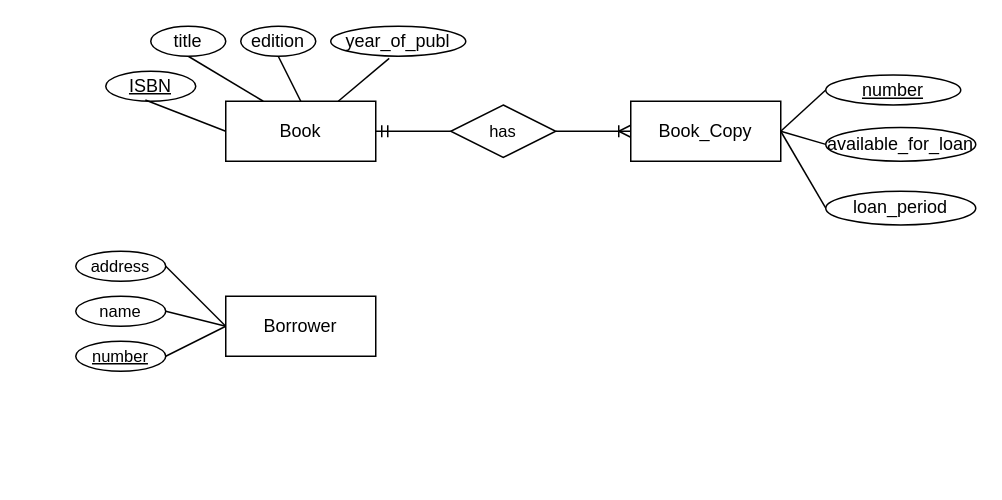
tuanrmit/ISYS3414 keeps this draw.io diagram as page "correct" (1 of 2) of ERD/DSAP-12.14.drawio. Above is the earlier version. Source tidied: cells renumbered, new cells numbered last; positions are measured from the earlier drawing's top-left corner, leaving out a move shared by most shapes. Both pictures are drawn from the tidied source at 150%, with x=0, y=0 at pixel (75, 26).
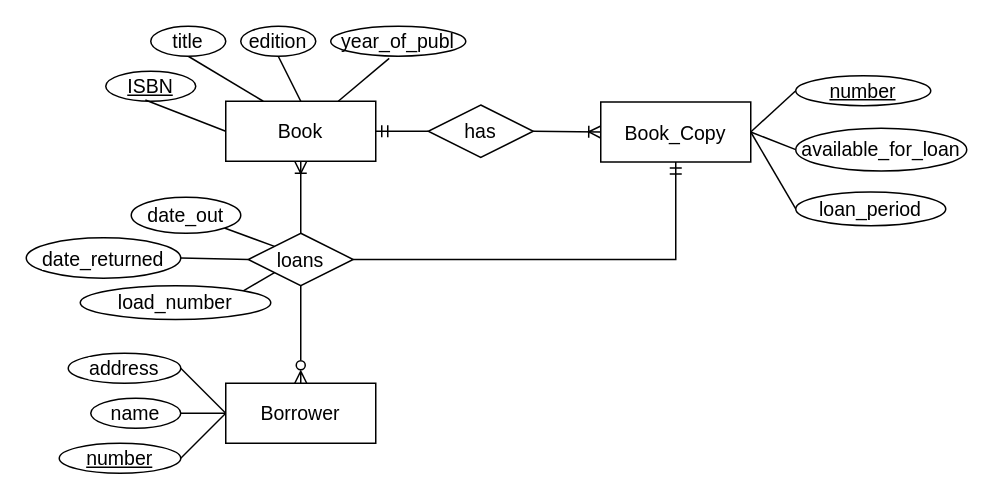
After the change.

Change to the diagram source:
```diff
@@
-    <mxCell id="2" style="rounded=0;jettySize=auto;html=1;exitX=0.25;exitY=0;exitDx=0;exitDy=0;entryX=0.5;entryY=1;entryDx=0;entryDy=0;endArrow=none;endFill=0;" parent="1" edge="1" source="4" target="15">
+    <mxCell id="2" style="rounded=0;jettySize=auto;html=1;exitX=0.25;exitY=0;exitDx=0;exitDy=0;entryX=0.5;entryY=1;entryDx=0;entryDy=0;endArrow=none;endFill=0;fontSize=13;" parent="1" edge="1" source="4" target="15">
       <mxGeometry relative="1" as="geometry" />
     </mxCell>
-    <mxCell id="3" style="edgeStyle=none;shape=connector;rounded=0;jettySize=auto;html=1;exitX=0.5;exitY=0;exitDx=0;exitDy=0;entryX=0.5;entryY=1;entryDx=0;entryDy=0;strokeColor=default;align=center;verticalAlign=middle;fontFamily=Helvetica;fontSize=11;fontColor=default;labelBackgroundColor=default;endArrow=none;endFill=0;" parent="1" edge="1" source="4" target="16">
+    <mxCell id="3" style="edgeStyle=none;shape=connector;rounded=0;jettySize=auto;html=1;exitX=0.5;exitY=0;exitDx=0;exitDy=0;entryX=0.5;entryY=1;entryDx=0;entryDy=0;strokeColor=default;align=center;verticalAlign=middle;fontFamily=Helvetica;fontSize=13;fontColor=default;labelBackgroundColor=default;endArrow=none;endFill=0;" parent="1" edge="1" source="4" target="16">
       <mxGeometry relative="1" as="geometry" />
     </mxCell>
-    <mxCell id="4" value="Book" style="whiteSpace=wrap;html=1;align=center;" parent="1" vertex="1">
+    <mxCell id="4" value="Book" style="whiteSpace=wrap;html=1;align=center;fontSize=13;" parent="1" vertex="1">
       <mxGeometry x="100" y="50" width="100" height="40" as="geometry" />
     </mxCell>
-    <mxCell id="5" style="edgeStyle=none;shape=connector;rounded=0;jettySize=auto;html=1;exitX=1;exitY=0.5;exitDx=0;exitDy=0;entryX=0;entryY=0.5;entryDx=0;entryDy=0;strokeColor=default;align=center;verticalAlign=middle;fontFamily=Helvetica;fontSize=11;fontColor=default;labelBackgroundColor=default;endArrow=none;endFill=0;" parent="1" edge="1" source="8" target="25">
+    <mxCell id="5" style="edgeStyle=none;shape=connector;rounded=0;jettySize=auto;html=1;exitX=1;exitY=0.5;exitDx=0;exitDy=0;entryX=0;entryY=0.5;entryDx=0;entryDy=0;strokeColor=default;align=center;verticalAlign=middle;fontFamily=Helvetica;fontSize=13;fontColor=default;labelBackgroundColor=default;endArrow=none;endFill=0;" parent="1" edge="1" source="8" target="25">
       <mxGeometry relative="1" as="geometry" />
     </mxCell>
-    <mxCell id="6" style="edgeStyle=none;shape=connector;rounded=0;jettySize=auto;html=1;exitX=1;exitY=0.5;exitDx=0;exitDy=0;entryX=0;entryY=0.5;entryDx=0;entryDy=0;strokeColor=default;align=center;verticalAlign=middle;fontFamily=Helvetica;fontSize=11;fontColor=default;labelBackgroundColor=default;endArrow=none;endFill=0;" parent="1" edge="1" source="8" target="26">
+    <mxCell id="6" style="edgeStyle=none;shape=connector;rounded=0;jettySize=auto;html=1;exitX=1;exitY=0.5;exitDx=0;exitDy=0;entryX=0;entryY=0.5;entryDx=0;entryDy=0;strokeColor=default;align=center;verticalAlign=middle;fontFamily=Helvetica;fontSize=13;fontColor=default;labelBackgroundColor=default;endArrow=none;endFill=0;" parent="1" edge="1" source="8" target="26">
       <mxGeometry relative="1" as="geometry" />
     </mxCell>
-    <mxCell id="7" style="edgeStyle=none;shape=connector;rounded=0;jettySize=auto;html=1;exitX=1;exitY=0.5;exitDx=0;exitDy=0;entryX=0;entryY=0.5;entryDx=0;entryDy=0;strokeColor=default;align=center;verticalAlign=middle;fontFamily=Helvetica;fontSize=11;fontColor=default;labelBackgroundColor=default;endArrow=none;endFill=0;" parent="1" edge="1" source="8" target="27">
+    <mxCell id="7" style="edgeStyle=none;shape=connector;rounded=0;jettySize=auto;html=1;exitX=1;exitY=0.5;exitDx=0;exitDy=0;entryX=0;entryY=0.5;entryDx=0;entryDy=0;strokeColor=default;align=center;verticalAlign=middle;fontFamily=Helvetica;fontSize=13;fontColor=default;labelBackgroundColor=default;endArrow=none;endFill=0;" parent="1" edge="1" source="8" target="27">
       <mxGeometry relative="1" as="geometry" />
     </mxCell>
+    <mxCell id="28" style="edgeStyle=orthogonalEdgeStyle;shape=connector;rounded=0;jettySize=auto;html=1;exitX=0.5;exitY=1;exitDx=0;exitDy=0;entryX=1;entryY=0.5;entryDx=0;entryDy=0;strokeColor=default;align=center;verticalAlign=middle;fontFamily=Helvetica;fontSize=13;fontColor=default;labelBackgroundColor=default;endArrow=none;endFill=0;startArrow=ERmandOne;startFill=0;" parent="1" edge="1" source="8" target="34">
+      <mxGeometry relative="1" as="geometry" />
+    </mxCell>
-    <mxCell id="8" value="Book_Copy" style="whiteSpace=wrap;html=1;align=center;" parent="1" vertex="1">
-      <mxGeometry x="370" y="50" width="100" height="40" as="geometry" />
+    <mxCell id="8" value="Book_Copy" style="whiteSpace=wrap;html=1;align=center;fontSize=13;" parent="1" vertex="1">
+      <mxGeometry x="350" y="50.5" width="100" height="40" as="geometry" />
     </mxCell>
-    <mxCell id="9" style="edgeStyle=none;shape=connector;rounded=0;jettySize=auto;html=1;exitX=0;exitY=0.5;exitDx=0;exitDy=0;entryX=1;entryY=0.5;entryDx=0;entryDy=0;strokeColor=default;align=center;verticalAlign=middle;fontFamily=Helvetica;fontSize=11;fontColor=default;labelBackgroundColor=default;endArrow=none;endFill=0;" parent="1" edge="1" source="12" target="19">
+    <mxCell id="9" style="edgeStyle=none;shape=connector;rounded=0;jettySize=auto;html=1;exitX=0;exitY=0.5;exitDx=0;exitDy=0;entryX=1;entryY=0.5;entryDx=0;entryDy=0;strokeColor=default;align=center;verticalAlign=middle;fontFamily=Helvetica;fontSize=13;fontColor=default;labelBackgroundColor=default;endArrow=none;endFill=0;" parent="1" edge="1" source="12" target="19">
       <mxGeometry relative="1" as="geometry" />
     </mxCell>
-    <mxCell id="10" style="edgeStyle=none;shape=connector;rounded=0;jettySize=auto;html=1;exitX=0;exitY=0.5;exitDx=0;exitDy=0;entryX=1;entryY=0.5;entryDx=0;entryDy=0;strokeColor=default;align=center;verticalAlign=middle;fontFamily=Helvetica;fontSize=11;fontColor=default;labelBackgroundColor=default;endArrow=none;endFill=0;" parent="1" edge="1" source="12" target="20">
+    <mxCell id="10" style="edgeStyle=none;shape=connector;rounded=0;jettySize=auto;html=1;exitX=0;exitY=0.5;exitDx=0;exitDy=0;entryX=1;entryY=0.5;entryDx=0;entryDy=0;strokeColor=default;align=center;verticalAlign=middle;fontFamily=Helvetica;fontSize=13;fontColor=default;labelBackgroundColor=default;endArrow=none;endFill=0;" parent="1" edge="1" source="12" target="20">
       <mxGeometry relative="1" as="geometry" />
     </mxCell>
-    <mxCell id="11" style="edgeStyle=none;shape=connector;rounded=0;jettySize=auto;html=1;exitX=0;exitY=0.5;exitDx=0;exitDy=0;entryX=1;entryY=0.5;entryDx=0;entryDy=0;strokeColor=default;align=center;verticalAlign=middle;fontFamily=Helvetica;fontSize=11;fontColor=default;labelBackgroundColor=default;endArrow=none;endFill=0;" parent="1" edge="1" source="12" target="21">
+    <mxCell id="11" style="edgeStyle=none;shape=connector;rounded=0;jettySize=auto;html=1;exitX=0;exitY=0.5;exitDx=0;exitDy=0;entryX=1;entryY=0.5;entryDx=0;entryDy=0;strokeColor=default;align=center;verticalAlign=middle;fontFamily=Helvetica;fontSize=13;fontColor=default;labelBackgroundColor=default;endArrow=none;endFill=0;" parent="1" edge="1" source="12" target="21">
       <mxGeometry relative="1" as="geometry" />
     </mxCell>
+    <mxCell id="29" style="edgeStyle=none;shape=connector;rounded=0;jettySize=auto;html=1;exitX=0.5;exitY=0;exitDx=0;exitDy=0;strokeColor=default;align=center;verticalAlign=middle;fontFamily=Helvetica;fontSize=13;fontColor=default;labelBackgroundColor=default;endArrow=none;endFill=0;startArrow=ERzeroToMany;startFill=0;" parent="1" edge="1" source="12" target="34">
+      <mxGeometry relative="1" as="geometry" />
+    </mxCell>
-    <mxCell id="12" value="Borrower" style="whiteSpace=wrap;html=1;align=center;" parent="1" vertex="1">
-      <mxGeometry x="100" y="180" width="100" height="40" as="geometry" />
+    <mxCell id="12" value="Borrower" style="whiteSpace=wrap;html=1;align=center;fontSize=13;" parent="1" vertex="1">
+      <mxGeometry x="100" y="238" width="100" height="40" as="geometry" />
     </mxCell>
-    <mxCell id="13" value="ISBN" style="ellipse;whiteSpace=wrap;html=1;align=center;fontStyle=4;" parent="1" vertex="1">
+    <mxCell id="13" value="ISBN" style="ellipse;whiteSpace=wrap;html=1;align=center;fontStyle=4;fontSize=13;" parent="1" vertex="1">
       <mxGeometry x="20" y="30" width="60" height="20" as="geometry" />
     </mxCell>
-    <mxCell id="14" style="rounded=0;jettySize=auto;html=1;exitX=0;exitY=0.5;exitDx=0;exitDy=0;entryX=0.44;entryY=0.96;entryDx=0;entryDy=0;entryPerimeter=0;endArrow=none;endFill=0;" parent="1" edge="1" source="4" target="13">
+    <mxCell id="14" style="rounded=0;jettySize=auto;html=1;exitX=0;exitY=0.5;exitDx=0;exitDy=0;entryX=0.44;entryY=0.96;entryDx=0;entryDy=0;entryPerimeter=0;endArrow=none;endFill=0;fontSize=13;" parent="1" edge="1" source="4" target="13">
       <mxGeometry relative="1" as="geometry" />
     </mxCell>
-    <mxCell id="15" value="title" style="ellipse;whiteSpace=wrap;html=1;align=center;" parent="1" vertex="1">
+    <mxCell id="15" value="title" style="ellipse;whiteSpace=wrap;html=1;align=center;fontSize=13;" parent="1" vertex="1">
       <mxGeometry x="50" width="50" height="20" as="geometry" />
     </mxCell>
-    <mxCell id="16" value="edition" style="ellipse;whiteSpace=wrap;html=1;align=center;" parent="1" vertex="1">
+    <mxCell id="16" value="edition" style="ellipse;whiteSpace=wrap;html=1;align=center;fontSize=13;" parent="1" vertex="1">
       <mxGeometry x="110" width="50" height="20" as="geometry" />
     </mxCell>
-    <mxCell id="17" value="year_of_publ" style="ellipse;whiteSpace=wrap;html=1;align=center;" parent="1" vertex="1">
+    <mxCell id="17" value="year_of_publ" style="ellipse;whiteSpace=wrap;html=1;align=center;fontSize=13;" parent="1" vertex="1">
       <mxGeometry x="170" width="90" height="20" as="geometry" />
     </mxCell>
-    <mxCell id="18" style="edgeStyle=none;shape=connector;rounded=0;jettySize=auto;html=1;exitX=0.75;exitY=0;exitDx=0;exitDy=0;entryX=0.433;entryY=1.07;entryDx=0;entryDy=0;entryPerimeter=0;strokeColor=default;align=center;verticalAlign=middle;fontFamily=Helvetica;fontSize=11;fontColor=default;labelBackgroundColor=default;endArrow=none;endFill=0;" parent="1" edge="1" source="4" target="17">
+    <mxCell id="18" style="edgeStyle=none;shape=connector;rounded=0;jettySize=auto;html=1;exitX=0.75;exitY=0;exitDx=0;exitDy=0;entryX=0.433;entryY=1.07;entryDx=0;entryDy=0;entryPerimeter=0;strokeColor=default;align=center;verticalAlign=middle;fontFamily=Helvetica;fontSize=13;fontColor=default;labelBackgroundColor=default;endArrow=none;endFill=0;" parent="1" edge="1" source="4" target="17">
       <mxGeometry relative="1" as="geometry" />
     </mxCell>
-    <mxCell id="19" value="&lt;u&gt;number&lt;/u&gt;" style="ellipse;whiteSpace=wrap;html=1;align=center;fontFamily=Helvetica;fontSize=11;fontColor=default;labelBackgroundColor=default;" parent="1" vertex="1">
-      <mxGeometry y="210" width="60" height="20" as="geometry" />
+    <mxCell id="19" value="&lt;u&gt;number&lt;/u&gt;" style="ellipse;whiteSpace=wrap;html=1;align=center;fontFamily=Helvetica;fontSize=13;fontColor=default;labelBackgroundColor=default;" parent="1" vertex="1">
+      <mxGeometry x="-11" y="278" width="81" height="20" as="geometry" />
     </mxCell>
-    <mxCell id="20" value="name" style="ellipse;whiteSpace=wrap;html=1;align=center;fontFamily=Helvetica;fontSize=11;fontColor=default;labelBackgroundColor=default;" parent="1" vertex="1">
-      <mxGeometry y="180" width="60" height="20" as="geometry" />
+    <mxCell id="20" value="name" style="ellipse;whiteSpace=wrap;html=1;align=center;fontFamily=Helvetica;fontSize=13;fontColor=default;labelBackgroundColor=default;" parent="1" vertex="1">
+      <mxGeometry x="10" y="248" width="60" height="20" as="geometry" />
     </mxCell>
-    <mxCell id="21" value="address" style="ellipse;whiteSpace=wrap;html=1;align=center;fontFamily=Helvetica;fontSize=11;fontColor=default;labelBackgroundColor=default;" parent="1" vertex="1">
-      <mxGeometry y="150" width="60" height="20" as="geometry" />
+    <mxCell id="21" value="address" style="ellipse;whiteSpace=wrap;html=1;align=center;fontFamily=Helvetica;fontSize=13;fontColor=default;labelBackgroundColor=default;" parent="1" vertex="1">
+      <mxGeometry x="-5" y="218" width="75" height="20" as="geometry" />
     </mxCell>
-    <mxCell id="22" style="edgeStyle=none;shape=connector;rounded=0;jettySize=auto;html=1;exitX=1;exitY=0.5;exitDx=0;exitDy=0;entryX=0;entryY=0.5;entryDx=0;entryDy=0;strokeColor=default;align=center;verticalAlign=middle;fontFamily=Helvetica;fontSize=11;fontColor=default;labelBackgroundColor=default;endArrow=ERoneToMany;endFill=0;" parent="1" edge="1" source="24" target="8">
+    <mxCell id="22" style="edgeStyle=none;shape=connector;rounded=0;jettySize=auto;html=1;exitX=1;exitY=0.5;exitDx=0;exitDy=0;entryX=0;entryY=0.5;entryDx=0;entryDy=0;strokeColor=default;align=center;verticalAlign=middle;fontFamily=Helvetica;fontSize=13;fontColor=default;labelBackgroundColor=default;endArrow=ERoneToMany;endFill=0;" parent="1" edge="1" source="24" target="8">
       <mxGeometry relative="1" as="geometry" />
     </mxCell>
-    <mxCell id="23" style="edgeStyle=none;shape=connector;rounded=0;jettySize=auto;html=1;exitX=0;exitY=0.5;exitDx=0;exitDy=0;entryX=1;entryY=0.5;entryDx=0;entryDy=0;strokeColor=default;align=center;verticalAlign=middle;fontFamily=Helvetica;fontSize=11;fontColor=default;labelBackgroundColor=default;endArrow=ERmandOne;endFill=0;" parent="1" edge="1" source="24" target="4">
+    <mxCell id="23" style="edgeStyle=none;shape=connector;rounded=0;jettySize=auto;html=1;exitX=0;exitY=0.5;exitDx=0;exitDy=0;entryX=1;entryY=0.5;entryDx=0;entryDy=0;strokeColor=default;align=center;verticalAlign=middle;fontFamily=Helvetica;fontSize=13;fontColor=default;labelBackgroundColor=default;endArrow=ERmandOne;endFill=0;" parent="1" edge="1" source="24" target="4">
       <mxGeometry relative="1" as="geometry" />
     </mxCell>
-    <mxCell id="24" value="has" style="shape=rhombus;perimeter=rhombusPerimeter;whiteSpace=wrap;html=1;align=center;fontFamily=Helvetica;fontSize=11;fontColor=default;labelBackgroundColor=default;" parent="1" vertex="1">
-      <mxGeometry x="250" y="52.5" width="70" height="35" as="geometry" />
+    <mxCell id="24" value="has" style="shape=rhombus;perimeter=rhombusPerimeter;whiteSpace=wrap;html=1;align=center;fontFamily=Helvetica;fontSize=13;fontColor=default;labelBackgroundColor=default;" parent="1" vertex="1">
+      <mxGeometry x="235" y="52.5" width="70" height="35" as="geometry" />
     </mxCell>
-    <mxCell id="25" value="number" style="ellipse;whiteSpace=wrap;html=1;align=center;fontStyle=4;" parent="1" vertex="1">
-      <mxGeometry x="500" y="32.5" width="90" height="20" as="geometry" />
+    <mxCell id="25" value="number" style="ellipse;whiteSpace=wrap;html=1;align=center;fontStyle=4;fontSize=13;" parent="1" vertex="1">
+      <mxGeometry x="480" y="33" width="90" height="20" as="geometry" />
     </mxCell>
-    <mxCell id="26" value="available_for_loan" style="ellipse;whiteSpace=wrap;html=1;align=center;" parent="1" vertex="1">
-      <mxGeometry x="500" y="67.5" width="100" height="22.5" as="geometry" />
+    <mxCell id="26" value="available_for_loan" style="ellipse;whiteSpace=wrap;html=1;align=center;fontSize=13;" parent="1" vertex="1">
+      <mxGeometry x="480" y="68" width="114" height="28.5" as="geometry" />
     </mxCell>
-    <mxCell id="27" value="loan_period" style="ellipse;whiteSpace=wrap;html=1;align=center;" parent="1" vertex="1">
-      <mxGeometry x="500" y="110" width="100" height="22.5" as="geometry" />
+    <mxCell id="27" value="loan_period" style="ellipse;whiteSpace=wrap;html=1;align=center;fontSize=13;" parent="1" vertex="1">
+      <mxGeometry x="480" y="110.5" width="100" height="22.5" as="geometry" />
     </mxCell>
+    <mxCell id="30" style="edgeStyle=none;shape=connector;rounded=0;jettySize=auto;html=1;exitX=0.5;exitY=0;exitDx=0;exitDy=0;entryX=0.5;entryY=1;entryDx=0;entryDy=0;strokeColor=default;align=center;verticalAlign=middle;fontFamily=Helvetica;fontSize=13;fontColor=default;labelBackgroundColor=default;endArrow=ERoneToMany;endFill=0;" parent="1" edge="1" source="34" target="4">
+      <mxGeometry relative="1" as="geometry">
+        <Array as="points">
+          <mxPoint x="150" y="120" />
+        </Array>
+      </mxGeometry>
+    </mxCell>
+    <mxCell id="31" style="edgeStyle=none;shape=connector;rounded=0;jettySize=auto;html=1;exitX=0;exitY=0;exitDx=0;exitDy=0;entryX=1;entryY=1;entryDx=0;entryDy=0;strokeColor=default;align=center;verticalAlign=middle;fontFamily=Helvetica;fontSize=13;fontColor=default;labelBackgroundColor=default;endArrow=none;endFill=0;" parent="1" edge="1" source="34" target="35">
+      <mxGeometry relative="1" as="geometry" />
+    </mxCell>
+    <mxCell id="32" style="edgeStyle=none;shape=connector;rounded=0;jettySize=auto;html=1;exitX=0;exitY=0.5;exitDx=0;exitDy=0;entryX=1;entryY=0.5;entryDx=0;entryDy=0;strokeColor=default;align=center;verticalAlign=middle;fontFamily=Helvetica;fontSize=13;fontColor=default;labelBackgroundColor=default;endArrow=none;endFill=0;" parent="1" edge="1" source="34" target="36">
+      <mxGeometry relative="1" as="geometry" />
+    </mxCell>
+    <mxCell id="33" style="edgeStyle=none;shape=connector;rounded=0;jettySize=auto;html=1;exitX=0;exitY=1;exitDx=0;exitDy=0;entryX=1;entryY=0;entryDx=0;entryDy=0;strokeColor=default;align=center;verticalAlign=middle;fontFamily=Helvetica;fontSize=13;fontColor=default;labelBackgroundColor=default;endArrow=none;endFill=0;" parent="1" edge="1" source="34" target="37">
+      <mxGeometry relative="1" as="geometry" />
+    </mxCell>
+    <mxCell id="34" value="loans" style="shape=rhombus;perimeter=rhombusPerimeter;whiteSpace=wrap;html=1;align=center;fontFamily=Helvetica;fontSize=13;fontColor=default;labelBackgroundColor=default;" parent="1" vertex="1">
+      <mxGeometry x="115" y="138" width="70" height="35" as="geometry" />
+    </mxCell>
+    <mxCell id="35" value="date_out" style="ellipse;whiteSpace=wrap;html=1;align=center;fontFamily=Helvetica;fontSize=13;fontColor=default;labelBackgroundColor=default;" parent="1" vertex="1">
+      <mxGeometry x="37" y="114" width="73" height="24" as="geometry" />
+    </mxCell>
+    <mxCell id="36" value="date_returned" style="ellipse;whiteSpace=wrap;html=1;align=center;fontFamily=Helvetica;fontSize=13;fontColor=default;labelBackgroundColor=default;" parent="1" vertex="1">
+      <mxGeometry x="-33" y="141" width="103" height="27" as="geometry" />
+    </mxCell>
+    <mxCell id="37" value="load_number" style="ellipse;whiteSpace=wrap;html=1;align=center;fontFamily=Helvetica;fontSize=13;fontColor=default;labelBackgroundColor=default;" parent="1" vertex="1">
+      <mxGeometry x="3" y="173" width="127" height="22.5" as="geometry" />
+    </mxCell>
```
